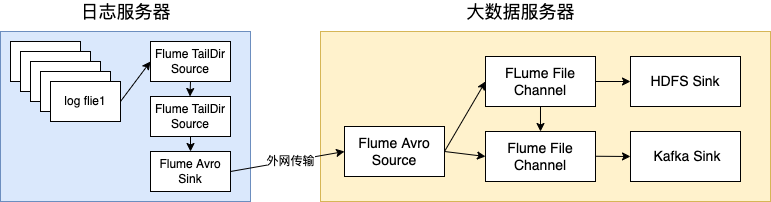
Earlier version of the draw.io export ihuman/flume/ETL流程.drawio.png (hanzongqing/big-data). Source tidied: cells renumbered, new cells last; positions are measured from the earlier drawing's top-left corner, leaving out a move shared by most shapes.
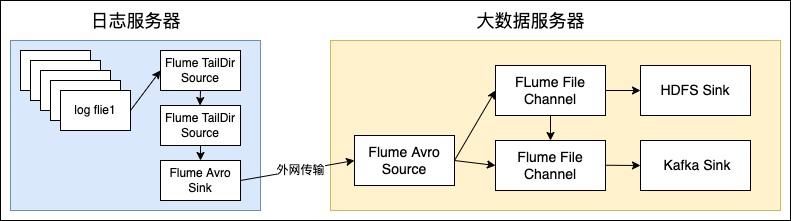
After the change.

Change to the diagram source:
```diff
@@ -2,6 +2,9 @@
   <root>
     <mxCell id="0" />
     <mxCell id="1" parent="0" />
+    <mxCell id="30" style="rounded=0;whiteSpace=wrap;html=1;" parent="1" vertex="1">
+      <mxGeometry x="-10" y="-10" width="790" height="220" as="geometry" />
+    </mxCell>
     <mxCell id="2" style="rounded=0;whiteSpace=wrap;html=1;fontSize=14;fillColor=#fff2cc;strokeColor=#d6b656;" parent="1" vertex="1">
       <mxGeometry x="320" y="30" width="450" height="170" as="geometry" />
     </mxCell>
```
